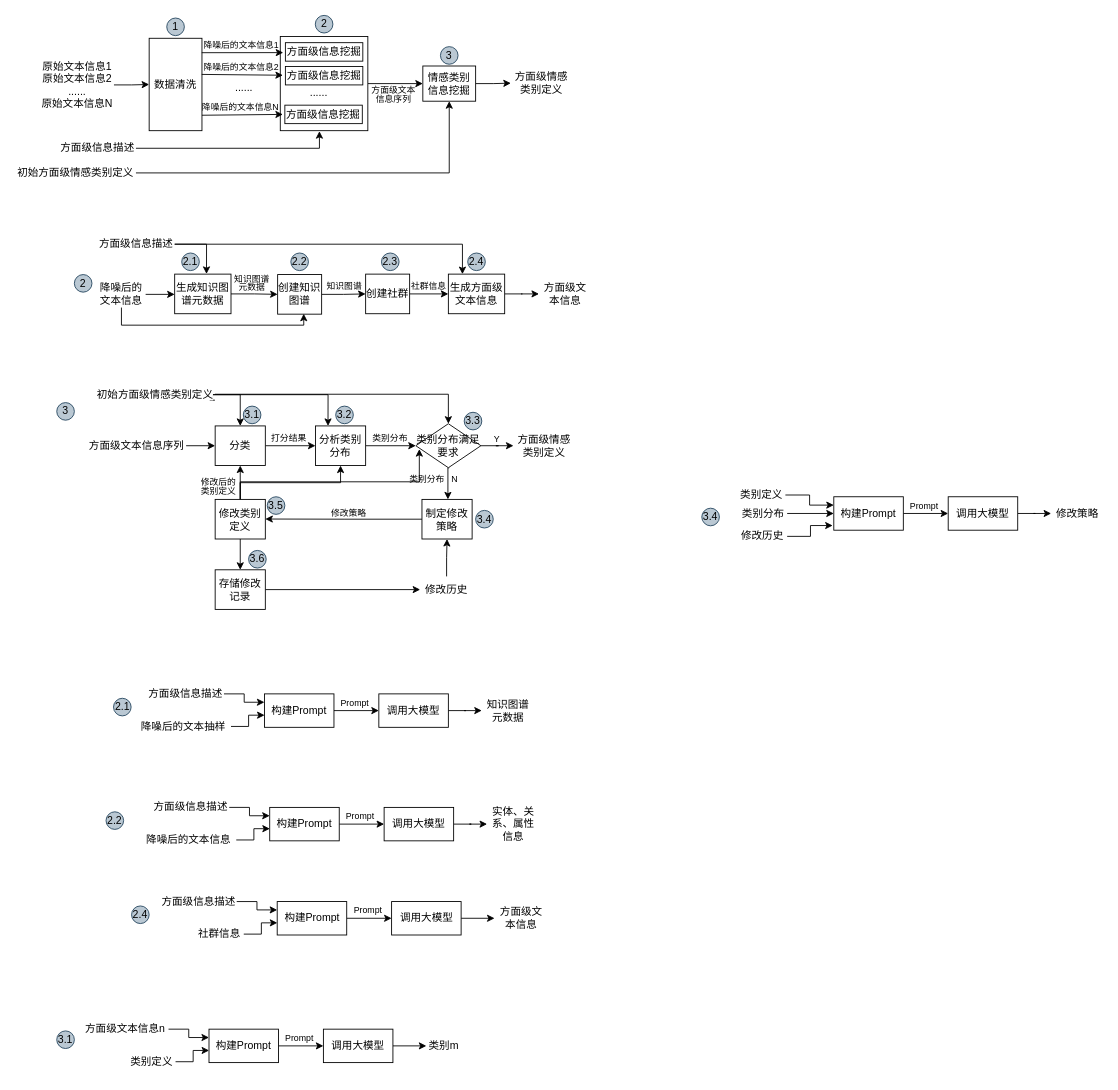
Earlier version of the draw.io diagram patent-基于大模型的方面级文本情感挖掘.drawio (CindyZX/drawio_figures). Source tidied: cells renumbered, new cells numbered last; positions are measured from the earlier drawing's top-left corner, leaving out a move shared by most shapes. Both pictures are drawn from the tidied source at 88%, with x=0, y=0 at pixel (15, 15).
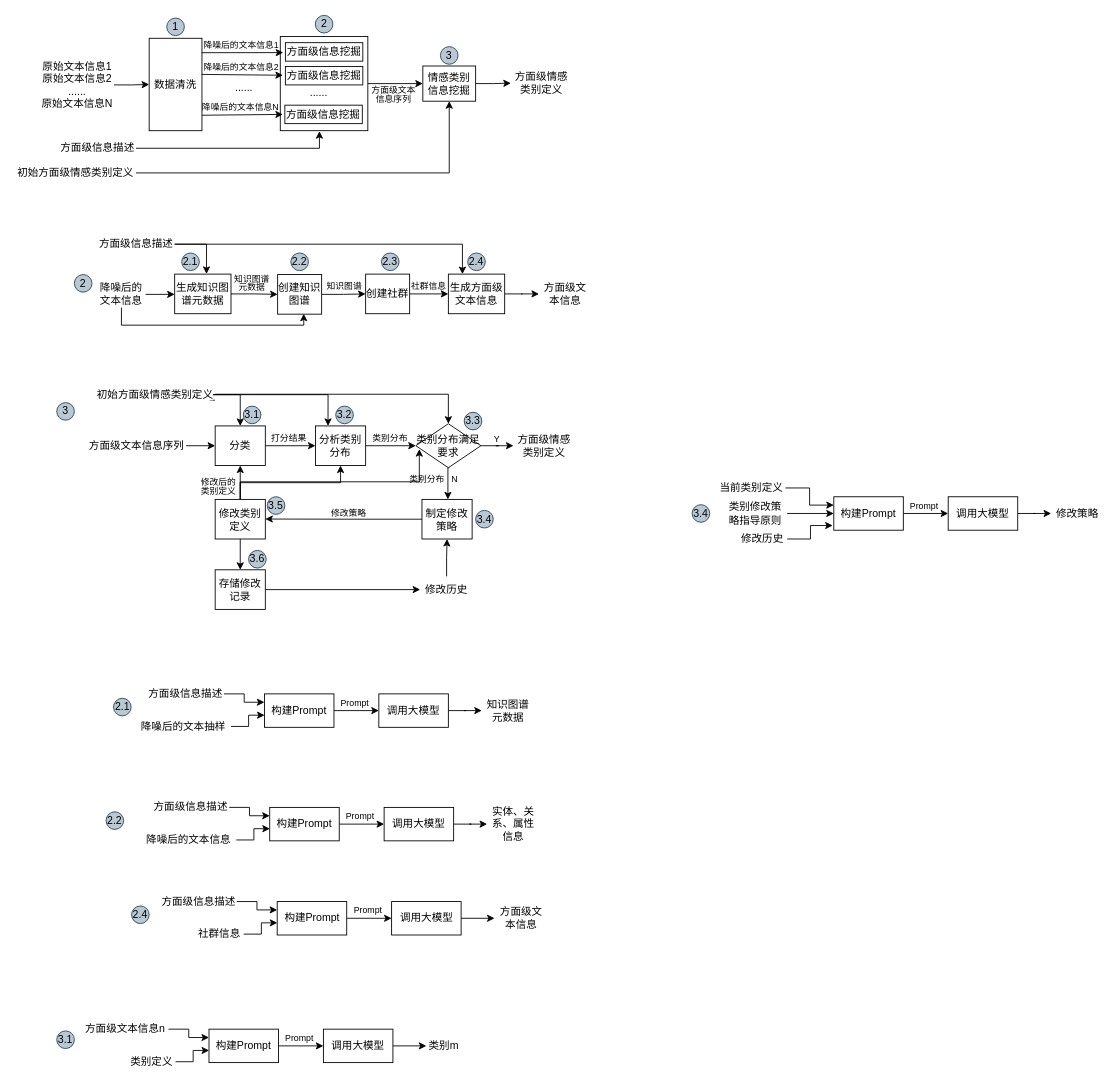
The same diagram, later.

Commit message:
更新patent-基于大模型的方面级文本情感挖掘.drawio

The edit, as a diff of the source:
```diff
@@
     <mxCell id="134" value="3.4" style="ellipse;whiteSpace=wrap;html=1;fillColor=#bac8d3;strokeColor=#23445d;" parent="1" vertex="1">
-      <mxGeometry x="780" y="560" width="20" height="20" as="geometry" />
+      <mxGeometry x="769" y="556" width="20" height="20" as="geometry" />
     </mxCell>
@@
-    <mxCell id="136" value="类别定义" style="text;html=1;align=center;verticalAlign=middle;whiteSpace=wrap;rounded=0;" parent="1" vertex="1">
-      <mxGeometry x="821" y="530" width="54" height="30" as="geometry" />
+    <mxCell id="136" value="当前类别定义" style="text;html=1;align=center;verticalAlign=middle;whiteSpace=wrap;rounded=0;" parent="1" vertex="1">
+      <mxGeometry x="798" y="522" width="77" height="30" as="geometry" />
     </mxCell>
@@
     <mxCell id="143" value="修改历史" style="text;html=1;align=center;verticalAlign=middle;whiteSpace=wrap;rounded=0;" parent="1" vertex="1">
-      <mxGeometry x="821" y="577" width="56" height="30" as="geometry" />
+      <mxGeometry x="821" y="580" width="56" height="30" as="geometry" />
     </mxCell>
@@
-    <mxCell id="146" value="类别分布" style="text;html=1;align=center;verticalAlign=middle;whiteSpace=wrap;rounded=0;" parent="1" vertex="1">
-      <mxGeometry x="823" y="551" width="54" height="30" as="geometry" />
+    <mxCell id="146" value="类别修改策略指导原则" style="text;html=1;align=center;verticalAlign=middle;whiteSpace=wrap;rounded=0;" parent="1" vertex="1">
+      <mxGeometry x="805" y="551" width="72" height="30" as="geometry" />
     </mxCell>
```
